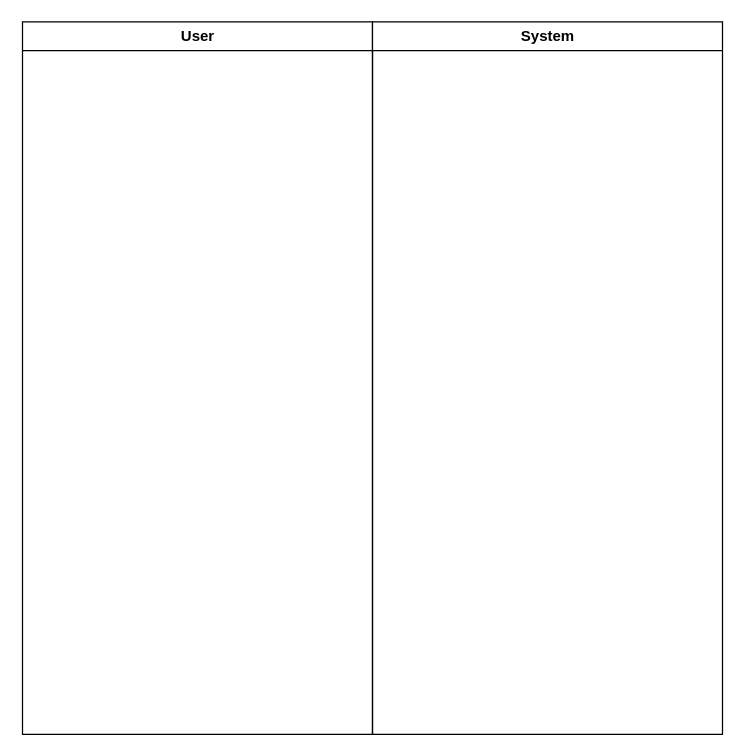
Before: Untitled Diagram.drawio in DataWizMaster/Web-Application-Development, a draw.io diagram. Source tidied: cells renumbered, new cells numbered last; positions are measured from the earlier drawing's top-left corner, leaving out a move shared by most shapes. Both pictures are drawn from the tidied source at 125%, with x=0, y=0 at pixel (21, 21).
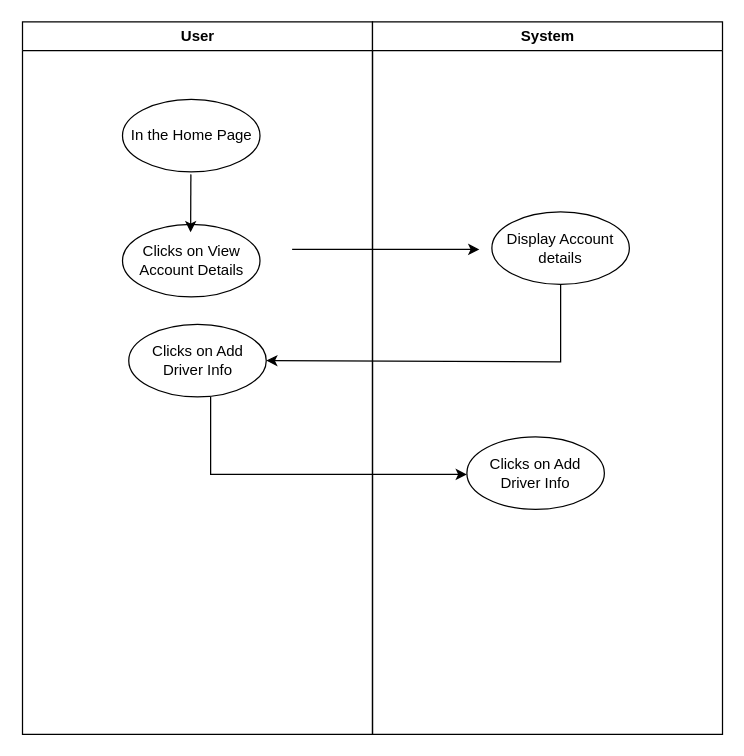
The same diagram, later.

Change to the diagram source:
```diff
@@
 <mxGraphModel>
   <root>
     <mxCell id="0" />
     <mxCell id="1" parent="0" />
     <mxCell id="2" value="User" style="swimlane;whiteSpace=wrap;" parent="1" vertex="1">
       <mxGeometry x="0.5" width="280" height="570" as="geometry" />
     </mxCell>
+    <mxCell id="4" value="In the Home Page" style="ellipse;whiteSpace=wrap;html=1;" parent="2" vertex="1">
+      <mxGeometry x="80" y="62" width="110" height="58" as="geometry" />
+    </mxCell>
+    <mxCell id="5" value="Clicks on View Account Details" style="ellipse;whiteSpace=wrap;html=1;" parent="2" vertex="1">
+      <mxGeometry x="80" y="162" width="110" height="58" as="geometry" />
+    </mxCell>
+    <mxCell id="6" style="endArrow=classic;html=1;rounded=0;exitX=0.543;exitY=0.89;exitDx=0;exitDy=0;exitPerimeter=0;" parent="2" edge="1">
+      <mxGeometry relative="1" as="geometry">
+        <mxPoint x="134.7" y="122" as="sourcePoint" />
+        <mxPoint x="134.5" y="168.4" as="targetPoint" />
+      </mxGeometry>
+    </mxCell>
+    <mxCell id="7" style="endArrow=classic;html=1;rounded=0;exitX=0.543;exitY=0.89;exitDx=0;exitDy=0;exitPerimeter=0;" parent="2" edge="1">
+      <mxGeometry relative="1" as="geometry">
+        <mxPoint x="215.7" y="182" as="sourcePoint" />
+        <mxPoint x="365.5" y="182" as="targetPoint" />
+      </mxGeometry>
+    </mxCell>
+    <mxCell id="8" value="Clicks on Add Driver Info" style="ellipse;whiteSpace=wrap;html=1;" parent="2" vertex="1">
+      <mxGeometry x="85" y="242" width="110" height="58" as="geometry" />
+    </mxCell>
+    <mxCell id="9" style="endArrow=classic;html=1;rounded=0;exitX=0.5;exitY=1;exitDx=0;exitDy=0;" parent="2" edge="1">
+      <mxGeometry relative="1" as="geometry">
+        <mxPoint x="150.5" y="300" as="sourcePoint" />
+        <mxPoint x="355.5" y="362" as="targetPoint" />
+        <Array as="points">
+          <mxPoint x="150.5" y="362" />
+        </Array>
+      </mxGeometry>
+    </mxCell>
     <mxCell id="3" value="System" style="swimlane;whiteSpace=wrap;" parent="1" vertex="1">
       <mxGeometry x="280.5" width="280" height="570" as="geometry" />
     </mxCell>
+    <mxCell id="10" value="Display Account details" style="ellipse;whiteSpace=wrap;html=1;" parent="3" vertex="1">
+      <mxGeometry x="95.5" y="152" width="110" height="58" as="geometry" />
+    </mxCell>
+    <mxCell id="11" value="Clicks on Add Driver Info" style="ellipse;whiteSpace=wrap;html=1;" parent="3" vertex="1">
+      <mxGeometry x="75.5" y="332" width="110" height="58" as="geometry" />
+    </mxCell>
+    <mxCell id="12" style="endArrow=classic;html=1;rounded=0;exitX=0.5;exitY=1;exitDx=0;exitDy=0;entryX=1;entryY=0.5;entryDx=0;entryDy=0;" parent="1" edge="1" source="10" target="8">
+      <mxGeometry relative="1" as="geometry">
+        <Array as="points">
+          <mxPoint x="431" y="272" />
+        </Array>
+      </mxGeometry>
+    </mxCell>
   </root>
 </mxGraphModel>
```
